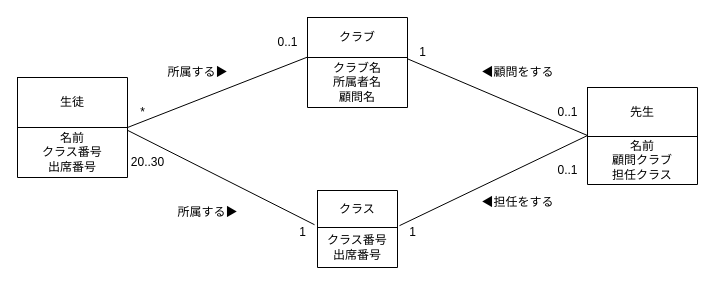
Above: Lesson05/Lesson5-1.drawio in ucsaeki/UML_chonyumon (draw.io), before the change. Source tidied: cells renumbered, new cells numbered last; positions are measured from the earlier drawing's top-left corner, leaving out a move shared by most shapes. Both pictures are drawn from the tidied source at 100%, with x=0, y=0 at pixel (17, 17).
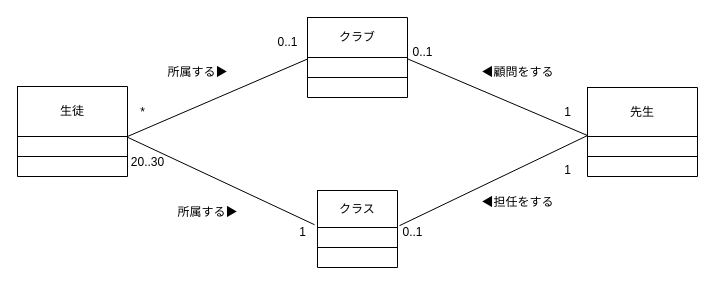
After the change.

Unchanged cells that the change refers to:
```xml
<mxCell id="28" style="shape=table;startSize=0;childLayout=tableLayout;" parent="1" vertex="1">
  <mxGeometry x="300" y="173" width="80" height="77" as="geometry" />
</mxCell>
```

The edit, as a diff of the source:
```diff
@@
-    <mxCell id="6" value="0..1" style="text;html=1;align=center;verticalAlign=middle;strokeColor=none;fillColor=none;" parent="1" vertex="1">
-      <mxGeometry x="530" y="80" width="40" height="30" as="geometry" />
+    <mxCell id="6" value="1" style="text;html=1;align=center;verticalAlign=middle;strokeColor=none;fillColor=none;" parent="1" vertex="1">
+      <mxGeometry x="535" y="80" width="30" height="30" as="geometry" />
     </mxCell>
-    <mxCell id="7" value="0..1" style="text;html=1;align=center;verticalAlign=middle;strokeColor=none;fillColor=none;" parent="1" vertex="1">
-      <mxGeometry x="530" y="138" width="40" height="30" as="geometry" />
+    <mxCell id="7" value="1" style="text;html=1;align=center;verticalAlign=middle;strokeColor=none;fillColor=none;" parent="1" vertex="1">
+      <mxGeometry x="535" y="138" width="30" height="30" as="geometry" />
     </mxCell>
-    <mxCell id="8" value="1" style="text;html=1;align=center;verticalAlign=middle;strokeColor=none;fillColor=none;" parent="1" vertex="1">
-      <mxGeometry x="380" y="200" width="30" height="30" as="geometry" />
+    <mxCell id="8" value="0..1" style="text;html=1;align=center;verticalAlign=middle;strokeColor=none;fillColor=none;" parent="1" vertex="1">
+      <mxGeometry x="375" y="200" width="40" height="30" as="geometry" />
     </mxCell>
-    <mxCell id="9" value="1" style="text;html=1;align=center;verticalAlign=middle;strokeColor=none;fillColor=none;" parent="1" vertex="1">
-      <mxGeometry x="390" y="20" width="30" height="30" as="geometry" />
+    <mxCell id="9" value="0..1" style="text;html=1;align=center;verticalAlign=middle;strokeColor=none;fillColor=none;" parent="1" vertex="1">
+      <mxGeometry x="385" y="20" width="40" height="30" as="geometry" />
     </mxCell>
@@
     <mxCell id="18" style="shape=table;startSize=0;childLayout=tableLayout;" parent="1" vertex="1">
-      <mxGeometry y="60" width="110" height="100" as="geometry" />
+      <mxGeometry y="69" width="110" height="90" as="geometry" />
     </mxCell>
@@
+    <mxCell id="38" style="shape=tableRow;horizontal=0;startSize=0;swimlaneHead=0;swimlaneBody=0;strokeColor=inherit;top=0;left=0;bottom=0;right=0;fillColor=none;" parent="18" vertex="1">
+      <mxGeometry y="50" width="110" height="20" as="geometry" />
+    </mxCell>
+    <mxCell id="39" style="shape=partialRectangle;html=1;whiteSpace=wrap;strokeColor=inherit;overflow=hidden;fillColor=none;top=0;left=0;bottom=0;right=0;" parent="38" vertex="1">
+      <mxGeometry width="110" height="20" as="geometry" />
+    </mxCell>
     <mxCell id="21" style="shape=tableRow;horizontal=0;startSize=0;swimlaneHead=0;swimlaneBody=0;strokeColor=inherit;top=0;left=0;bottom=0;right=0;fillColor=none;" parent="18" vertex="1">
-      <mxGeometry y="50" width="110" height="50" as="geometry" />
+      <mxGeometry y="70" width="110" height="20" as="geometry" />
     </mxCell>
-    <mxCell id="22" value="&lt;div&gt;名前&lt;/div&gt;&lt;div&gt;クラス番号&lt;/div&gt;出席番号" style="shape=partialRectangle;html=1;whiteSpace=wrap;strokeColor=inherit;overflow=hidden;fillColor=none;top=0;left=0;bottom=0;right=0;" parent="21" vertex="1">
-      <mxGeometry width="110" height="50" as="geometry" />
+    <mxCell id="22" value="&lt;div&gt;&lt;/div&gt;" style="shape=partialRectangle;html=1;whiteSpace=wrap;strokeColor=inherit;overflow=hidden;fillColor=none;top=0;left=0;bottom=0;right=0;" parent="21" vertex="1">
+      <mxGeometry width="110" height="20" as="geometry" />
     </mxCell>
     <mxCell id="23" style="shape=table;startSize=0;childLayout=tableLayout;" parent="1" vertex="1">
-      <mxGeometry x="290" width="100" height="90" as="geometry" />
+      <mxGeometry x="290" width="100" height="80" as="geometry" />
     </mxCell>
@@
     <mxCell id="26" style="shape=tableRow;horizontal=0;startSize=0;swimlaneHead=0;swimlaneBody=0;strokeColor=inherit;top=0;left=0;bottom=0;right=0;fillColor=none;" parent="23" vertex="1">
-      <mxGeometry y="40" width="100" height="50" as="geometry" />
+      <mxGeometry y="40" width="100" height="20" as="geometry" />
     </mxCell>
-    <mxCell id="27" value="クラブ名&lt;div&gt;所属者名&lt;/div&gt;&lt;div&gt;顧問名&lt;/div&gt;" style="shape=partialRectangle;html=1;whiteSpace=wrap;strokeColor=inherit;overflow=hidden;fillColor=none;top=0;left=0;bottom=0;right=0;" parent="26" vertex="1">
-      <mxGeometry width="100" height="50" as="geometry" />
+    <mxCell id="27" style="shape=partialRectangle;html=1;whiteSpace=wrap;strokeColor=inherit;overflow=hidden;fillColor=none;top=0;left=0;bottom=0;right=0;" parent="26" vertex="1">
+      <mxGeometry width="100" height="20" as="geometry" />
     </mxCell>
+    <mxCell id="40" style="shape=tableRow;horizontal=0;startSize=0;swimlaneHead=0;swimlaneBody=0;strokeColor=inherit;top=0;left=0;bottom=0;right=0;fillColor=none;" parent="23" vertex="1">
+      <mxGeometry y="60" width="100" height="20" as="geometry" />
+    </mxCell>
+    <mxCell id="41" style="shape=partialRectangle;html=1;whiteSpace=wrap;strokeColor=inherit;overflow=hidden;fillColor=none;top=0;left=0;bottom=0;right=0;" parent="40" vertex="1">
+      <mxGeometry width="100" height="20" as="geometry" />
+    </mxCell>
@@
     <mxCell id="31" style="shape=tableRow;horizontal=0;startSize=0;swimlaneHead=0;swimlaneBody=0;strokeColor=inherit;top=0;left=0;bottom=0;right=0;fillColor=none;" parent="28" vertex="1">
-      <mxGeometry y="37" width="80" height="40" as="geometry" />
+      <mxGeometry y="37" width="80" height="20" as="geometry" />
     </mxCell>
-    <mxCell id="32" value="クラス番号&lt;div&gt;出席番号&lt;/div&gt;" style="shape=partialRectangle;html=1;whiteSpace=wrap;strokeColor=inherit;overflow=hidden;fillColor=none;top=0;left=0;bottom=0;right=0;" parent="31" vertex="1">
-      <mxGeometry width="80" height="40" as="geometry" />
+    <mxCell id="32" style="shape=partialRectangle;html=1;whiteSpace=wrap;strokeColor=inherit;overflow=hidden;fillColor=none;top=0;left=0;bottom=0;right=0;" parent="31" vertex="1">
+      <mxGeometry width="80" height="20" as="geometry" />
     </mxCell>
+    <mxCell id="42" style="shape=tableRow;horizontal=0;startSize=0;swimlaneHead=0;swimlaneBody=0;strokeColor=inherit;top=0;left=0;bottom=0;right=0;fillColor=none;" parent="28" vertex="1">
+      <mxGeometry y="57" width="80" height="20" as="geometry" />
+    </mxCell>
+    <mxCell id="43" style="shape=partialRectangle;html=1;whiteSpace=wrap;strokeColor=inherit;overflow=hidden;fillColor=none;top=0;left=0;bottom=0;right=0;" parent="42" vertex="1">
+      <mxGeometry width="80" height="20" as="geometry" />
+    </mxCell>
     <mxCell id="33" style="shape=table;startSize=0;childLayout=tableLayout;" parent="1" vertex="1">
-      <mxGeometry x="570" y="70" width="110" height="97" as="geometry" />
+      <mxGeometry x="570" y="70" width="110" height="89" as="geometry" />
     </mxCell>
@@
     <mxCell id="36" style="shape=tableRow;horizontal=0;startSize=0;swimlaneHead=0;swimlaneBody=0;strokeColor=inherit;top=0;left=0;bottom=0;right=0;fillColor=none;" parent="33" vertex="1">
-      <mxGeometry y="49" width="110" height="48" as="geometry" />
+      <mxGeometry y="49" width="110" height="20" as="geometry" />
     </mxCell>
-    <mxCell id="37" value="名前&lt;div&gt;顧問クラブ&lt;/div&gt;&lt;div&gt;担任クラス&lt;/div&gt;" style="shape=partialRectangle;html=1;whiteSpace=wrap;strokeColor=inherit;overflow=hidden;fillColor=none;top=0;left=0;bottom=0;right=0;" parent="36" vertex="1">
-      <mxGeometry width="110" height="48" as="geometry" />
+    <mxCell id="37" style="shape=partialRectangle;html=1;whiteSpace=wrap;strokeColor=inherit;overflow=hidden;fillColor=none;top=0;left=0;bottom=0;right=0;" parent="36" vertex="1">
+      <mxGeometry width="110" height="20" as="geometry" />
     </mxCell>
+    <mxCell id="44" style="shape=tableRow;horizontal=0;startSize=0;swimlaneHead=0;swimlaneBody=0;strokeColor=inherit;top=0;left=0;bottom=0;right=0;fillColor=none;" parent="33" vertex="1">
+      <mxGeometry y="69" width="110" height="20" as="geometry" />
+    </mxCell>
+    <mxCell id="45" style="shape=partialRectangle;html=1;whiteSpace=wrap;strokeColor=inherit;overflow=hidden;fillColor=none;top=0;left=0;bottom=0;right=0;" parent="44" vertex="1">
+      <mxGeometry width="110" height="20" as="geometry" />
+    </mxCell>
```
